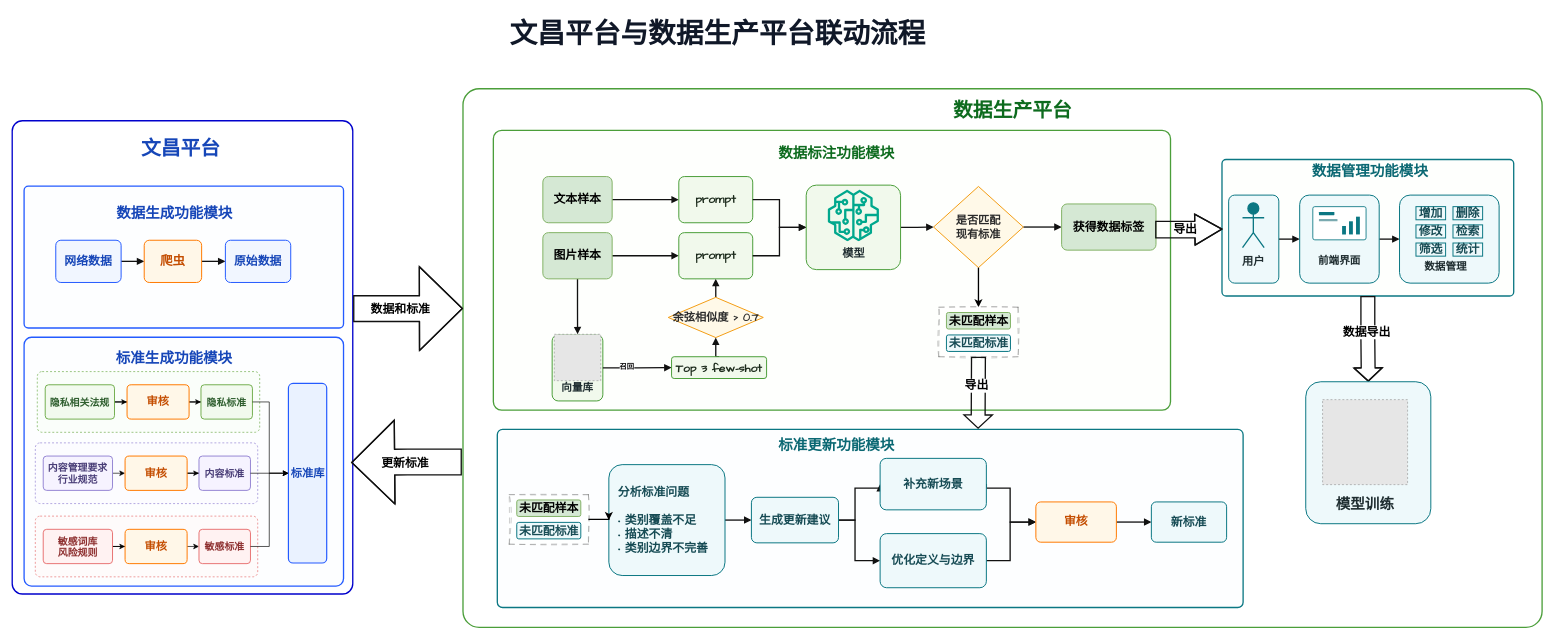
Before: 文昌平台与数据生产平台联动流程.drawio in linslime/DrawIO, a draw.io diagram. Source tidied: cells renumbered, new cells numbered last; positions are measured from the earlier drawing's top-left corner, leaving out a move shared by most shapes. Both pictures are drawn from the tidied source at 66%, with x=0, y=0 at pixel (12, 11). Pictures stored in the file or linked from it are replaced by grey dashed boxes.
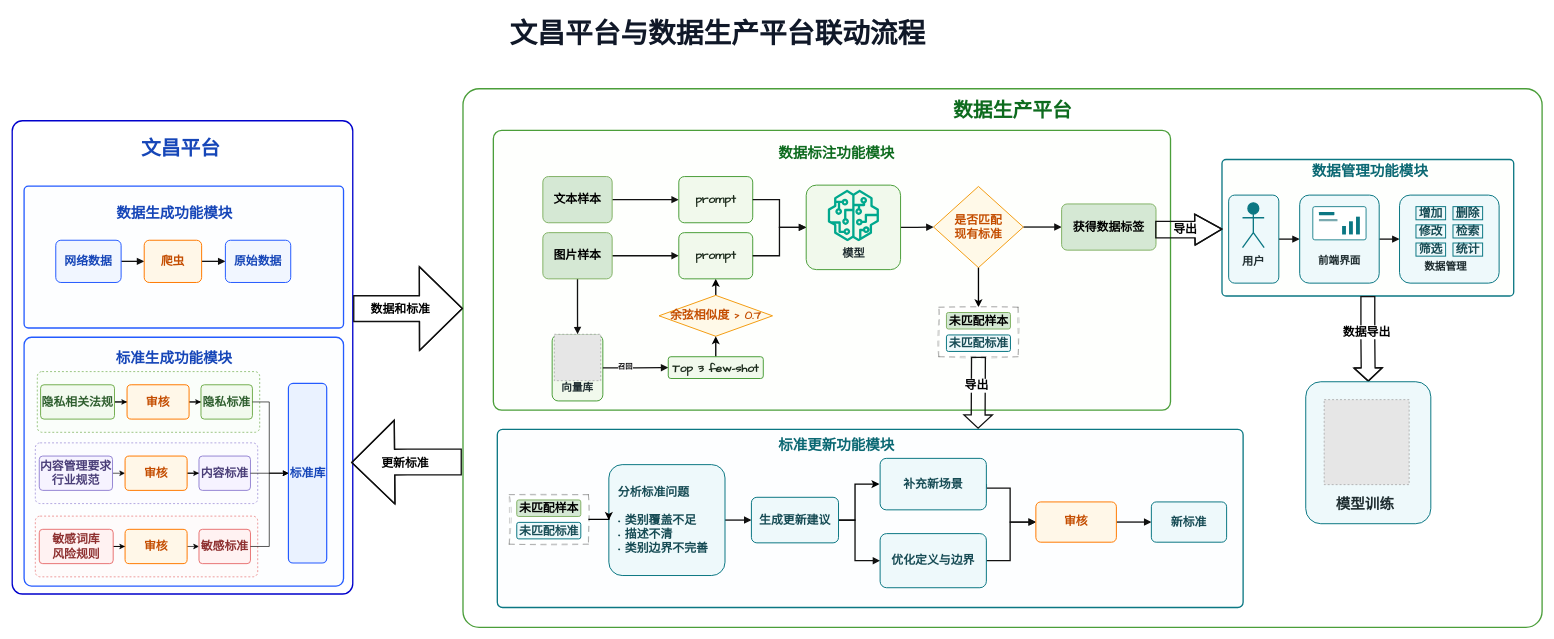
Above is the later version.

Commit message (it also covers changes not shown here):
更新文昌平台与数据生产平台联动流程.drawio

The change refers to these unchanged cells:
```xml
<mxCell id="7" style="group;" parent="1" vertex="1">
  <mxGeometry x="735" y="633" width="1130" height="270" as="geometry" />
</mxCell>
<mxCell id="17" value="生成更新建议" style="rounded=1;arcSize=12;whiteSpace=wrap;html=1;align=center;verticalAlign=middle;strokeWidth=1.5;shadow=0;fontFamily=Comic Sans MS;fontSize=18;fontColor=#164B54;strokeColor=#0B7783;fillColor=#EEF9FB;fontStyle=1;" parent="7" vertex="1">
  <mxGeometry x="385" y="103" width="132" height="69" as="geometry" />
</mxCell>
<mxCell id="18" value="补充新场景" style="rounded=1;arcSize=12;whiteSpace=wrap;html=1;align=center;verticalAlign=middle;strokeWidth=1.5;shadow=0;fontFamily=Comic Sans MS;fontSize=18;fontColor=#164B54;strokeColor=#0B7783;fillColor=#EEF9FB;fontStyle=1;" parent="7" vertex="1">
  <mxGeometry x="580" y="44" width="161" height="78" as="geometry" />
</mxCell>
<mxCell id="22" style="group;" parent="1" vertex="1">
  <mxGeometry x="729" y="180" width="1026" height="424" as="geometry" />
</mxCell>
<mxCell id="36" value="prompt" style="rounded=1;arcSize=12;whiteSpace=wrap;html=1;align=center;verticalAlign=middle;strokeWidth=1.5;shadow=0;fontFamily=Comic Sans MS;fontSize=18;fontColor=#1B2A1B;strokeColor=#4B9E3A;fillColor=#F1F9EC;fontStyle=1;" parent="22" vertex="1">
  <mxGeometry x="281" y="155" width="112" height="70" as="geometry" />
</mxCell>
<mxCell id="76" style="shape=flexArrow;endArrow=classic;html=1;rounded=0;strokeColor=#111111;strokeWidth=2;align=center;verticalAlign=middle;fontFamily=Comic Sans MS;fontSize=11;fontColor=default;fontStyle=1;labelBackgroundColor=default;edgeStyle=orthogonalEdgeStyle;exitX=0.991;exitY=0.557;exitDx=0;exitDy=0;entryX=0.002;entryY=0.51;entryDx=0;entryDy=0;entryPerimeter=0;exitPerimeter=0;width=24;endSize=13;" parent="1" edge="1" source="44" target="51">
  <mxGeometry relative="1" as="geometry" />
</mxCell>
<mxCell id="78" style="group;" parent="1" vertex="1">
  <mxGeometry y="166.5" width="516" height="717" as="geometry" />
</mxCell>
<mxCell id="90" style="group;fontStyle=1;" parent="78" vertex="1">
  <mxGeometry x="35" y="379" width="441.5" height="311" as="geometry" />
</mxCell>
<mxCell id="133" style="group;" parent="1" vertex="1">
  <mxGeometry x="1955" y="560.9" width="194.4" height="215.1" as="geometry" />
</mxCell>
```

Diff of the diagram source:
```diff
@@
-    <mxCell id="11" style="edgeStyle=orthogonalEdgeStyle;rounded=0;jettySize=auto;html=1;endArrow=block;endFill=1;strokeColor=#111111;strokeWidth=2;exitX=1;exitY=0.5;entryX=0;entryY=0.5;fontFamily=Comic Sans MS;fontStyle=1;" parent="7" edge="1" source="17" target="18">
-      <mxGeometry relative="1" as="geometry">
-        <Array as="points">
-          <mxPoint x="542" y="137" />
-          <mxPoint x="542" y="89" />
-        </Array>
-      </mxGeometry>
-    </mxCell>
@@
+    <mxCell id="137" style="edgeStyle=orthogonalEdgeStyle;shape=connector;rounded=0;orthogonalLoop=1;jettySize=auto;html=1;exitX=1;exitY=0.5;exitDx=0;exitDy=0;entryX=0;entryY=0.5;entryDx=0;entryDy=0;strokeColor=default;strokeWidth=2;align=center;verticalAlign=middle;fontFamily=Helvetica;fontSize=11;fontColor=default;labelBackgroundColor=default;endArrow=classic;endFill=1;" parent="7" edge="1">
+      <mxGeometry relative="1" as="geometry">
+        <mxPoint x="516" y="137.5" as="sourcePoint" />
+        <mxPoint x="579" y="83" as="targetPoint" />
+        <Array as="points">
+          <mxPoint x="542" y="137.5" />
+          <mxPoint x="542" y="83" />
+        </Array>
+      </mxGeometry>
+    </mxCell>
@@
-    <mxCell id="34" style="edgeStyle=orthogonalEdgeStyle;shape=connector;rounded=0;jettySize=auto;html=1;exitX=0.5;exitY=0;exitDx=0;exitDy=0;entryX=0.5;entryY=1;entryDx=0;entryDy=0;strokeColor=#111111;strokeWidth=2;align=center;verticalAlign=middle;fontFamily=Comic Sans MS;fontSize=11;fontColor=default;fontStyle=1;labelBackgroundColor=default;endArrow=block;endFill=1;" parent="22" edge="1" source="35" target="36">
+    <mxCell id="34" style="edgeStyle=orthogonalEdgeStyle;shape=connector;rounded=0;jettySize=auto;html=1;exitX=0.5;exitY=0;exitDx=0;exitDy=0;entryX=0.5;entryY=1;entryDx=0;entryDy=0;strokeColor=default;strokeWidth=2;align=center;verticalAlign=middle;fontFamily=Helvetica;fontSize=11;fontColor=default;labelBackgroundColor=default;endArrow=classic;endFill=1;" parent="22" edge="1" source="35" target="36">
       <mxGeometry relative="1" as="geometry" />
     </mxCell>
-    <mxCell id="35" value="余弦相似度 &amp;gt; 0.7" style="rhombus;whiteSpace=wrap;html=1;align=center;verticalAlign=middle;strokeWidth=1.5;fontFamily=Comic Sans MS;fontSize=17;fontColor=#2B2B2B;strokeColor=#F39C12;fillColor=#FFF9E8;fontStyle=1;" parent="22" vertex="1">
-      <mxGeometry x="265" y="253" width="144" height="61" as="geometry" />
+    <mxCell id="35" value="余弦相似度 &amp;gt; 0.7" style="rhombus;whiteSpace=wrap;html=1;align=center;verticalAlign=middle;strokeWidth=1.5;fontFamily=Comic Sans MS;fontSize=18;fontColor=#C44D00;strokeColor=#F39C12;fillColor=#FFF9E8;fontStyle=1;" parent="22" vertex="1">
+      <mxGeometry x="251" y="250" width="172" height="62" as="geometry" />
     </mxCell>
@@
-    <mxCell id="37" style="shape=connector;rounded=0;jettySize=auto;html=1;exitX=0.5;exitY=0;exitDx=0;exitDy=0;entryX=0.5;entryY=1;entryDx=0;entryDy=0;strokeColor=#111111;strokeWidth=2;align=center;verticalAlign=middle;fontFamily=Comic Sans MS;fontSize=11;fontColor=default;fontStyle=1;labelBackgroundColor=default;endArrow=block;endFill=1;edgeStyle=orthogonalEdgeStyle;" parent="22" edge="1" source="38" target="35">
+    <mxCell id="37" style="edgeStyle=orthogonalEdgeStyle;shape=connector;rounded=0;jettySize=auto;html=1;exitX=0.5;exitY=0;exitDx=0;exitDy=0;entryX=0.5;entryY=1;entryDx=0;entryDy=0;strokeColor=default;strokeWidth=2;align=center;verticalAlign=middle;fontFamily=Helvetica;fontSize=11;fontColor=default;labelBackgroundColor=default;endArrow=classic;endFill=1;" parent="22" edge="1" source="38" target="35">
       <mxGeometry relative="1" as="geometry" />
     </mxCell>
     <mxCell id="38" value="Top 3 few-shot" style="rounded=1;arcSize=12;whiteSpace=wrap;html=1;align=center;verticalAlign=middle;strokeWidth=1.5;shadow=0;fontFamily=Comic Sans MS;fontSize=18;fontColor=#1B2A1B;strokeColor=#4B9E3A;fillColor=#F1F9EC;fontStyle=1;" parent="22" vertex="1">
-      <mxGeometry x="270" y="343" width="144" height="33" as="geometry" />
+      <mxGeometry x="265" y="343" width="144" height="33" as="geometry" />
     </mxCell>
@@
-    <mxCell id="43" value="是否匹配&lt;div&gt;现有标准&lt;/div&gt;" style="rhombus;whiteSpace=wrap;html=1;align=center;verticalAlign=middle;strokeWidth=1.5;fontFamily=Comic Sans MS;fontSize=17;fontColor=#2B2B2B;strokeColor=#F39C12;fillColor=#FFF9E8;fontStyle=1;" parent="22" vertex="1">
+    <mxCell id="43" value="是否匹配&lt;div&gt;现有标准&lt;/div&gt;" style="rhombus;whiteSpace=wrap;html=1;align=center;verticalAlign=middle;strokeWidth=1.5;fontFamily=Comic Sans MS;fontSize=18;fontColor=#C44D00;strokeColor=#F39C12;fillColor=#FFF9E8;fontStyle=1;" parent="22" vertex="1">
       <mxGeometry x="667" y="85" width="136" height="123" as="geometry" />
     </mxCell>
@@
-    <mxCell id="77" value="导出" style="edgeLabel;html=1;align=center;verticalAlign=middle;fontFamily=Comic Sans MS;fontSize=18;fontColor=default;fontStyle=1;labelBackgroundColor=none;" parent="76" vertex="1">
+    <mxCell id="77" value="导出" style="edgeLabel;html=1;align=center;verticalAlign=middle;fontFamily=Comic Sans MS;fontSize=18;fontColor=default;fontStyle=1;labelBackgroundColor=default;" parent="76" vertex="1">
       <mxGeometry x="0.42" y="-3" relative="1" as="geometry">
         <mxPoint x="-27" y="-3" as="offset" />
       </mxGeometry>
     </mxCell>
@@
-    <mxCell id="88" value="爬虫" style="rounded=1;arcSize=12;whiteSpace=wrap;html=1;align=center;verticalAlign=middle;strokeWidth=1.5;shadow=0;fontFamily=Comic Sans MS;fontSize=19;fontColor=#C44D00;strokeColor=#FF7A00;fillColor=#FFF7E8;fontStyle=1;" parent="78" vertex="1">
+    <mxCell id="88" value="&lt;font style=&quot;font-size: 18px;&quot;&gt;爬虫&lt;/font&gt;" style="rounded=1;arcSize=12;whiteSpace=wrap;html=1;align=center;verticalAlign=middle;strokeWidth=1.5;shadow=0;fontFamily=Comic Sans MS;fontSize=19;fontColor=#C44D00;strokeColor=#FF7A00;fillColor=#FFF7E8;fontStyle=1;" parent="78" vertex="1">
       <mxGeometry x="200" y="180" width="87" height="64" as="geometry" />
     </mxCell>
@@
-    <mxCell id="92" style="edgeStyle=orthogonalEdgeStyle;rounded=0;jettySize=auto;html=1;exitX=1;exitY=0.5;exitDx=0;exitDy=0;fontStyle=1;" parent="90" edge="1" source="93" target="95">
+    <mxCell id="92" style="edgeStyle=orthogonalEdgeStyle;rounded=0;jettySize=auto;html=1;exitX=1;exitY=0.5;exitDx=0;exitDy=0;fontStyle=1;fontSize=18;" parent="90" edge="1" source="93" target="95">
       <mxGeometry relative="1" as="geometry" />
     </mxCell>
-    <mxCell id="93" value="隐私相关法规" style="rounded=1;arcSize=10;whiteSpace=wrap;html=1;align=center;verticalAlign=middle;strokeWidth=1.4;fontFamily=Microsoft YaHei;fontSize=15;fontColor=#2E5E2E;strokeColor=#6BAA45;fillColor=#F2FAEE;fontStyle=1;" parent="90" vertex="1">
-      <mxGeometry x="15" y="20" width="105" height="52" as="geometry" />
+    <mxCell id="93" value="隐私相关法规" style="rounded=1;arcSize=10;whiteSpace=wrap;html=1;align=center;verticalAlign=middle;strokeWidth=1.4;fontFamily=Microsoft YaHei;fontSize=18;fontColor=#2E5E2E;strokeColor=#6BAA45;fillColor=#F2FAEE;fontStyle=1;" parent="90" vertex="1">
+      <mxGeometry x="8" y="20" width="112" height="52" as="geometry" />
     </mxCell>
-    <mxCell id="94" style="edgeStyle=orthogonalEdgeStyle;rounded=0;jettySize=auto;html=1;exitX=1;exitY=0.5;exitDx=0;exitDy=0;fontStyle=1;" parent="90" edge="1" source="95" target="96">
+    <mxCell id="94" style="edgeStyle=orthogonalEdgeStyle;rounded=0;jettySize=auto;html=1;exitX=1;exitY=0.5;exitDx=0;exitDy=0;fontStyle=1;fontSize=18;" parent="90" edge="1" source="95" target="96">
       <mxGeometry relative="1" as="geometry" />
     </mxCell>
-    <mxCell id="95" value="审核" style="rounded=1;arcSize=12;whiteSpace=wrap;html=1;align=center;verticalAlign=middle;strokeWidth=1.5;fontFamily=Microsoft YaHei;fontSize=17;fontStyle=1;fontColor=#C44D00;strokeColor=#FF7A00;fillColor=#FFF7E8;" parent="90" vertex="1">
+    <mxCell id="95" value="&lt;font&gt;审核&lt;/font&gt;" style="rounded=1;arcSize=12;whiteSpace=wrap;html=1;align=center;verticalAlign=middle;strokeWidth=1.5;fontFamily=Microsoft YaHei;fontSize=18;fontStyle=1;fontColor=#C44D00;strokeColor=#FF7A00;fillColor=#FFF7E8;" parent="90" vertex="1">
       <mxGeometry x="139" y="20" width="94" height="52" as="geometry" />
     </mxCell>
-    <mxCell id="96" value="隐私标准" style="rounded=1;arcSize=10;whiteSpace=wrap;html=1;align=center;verticalAlign=middle;strokeWidth=1.4;fontFamily=Microsoft YaHei;fontSize=15;fontColor=#2E5E2E;strokeColor=#6BAA45;fillColor=#F2FAEE;fontStyle=1;" parent="90" vertex="1">
+    <mxCell id="96" value="隐私标准" style="rounded=1;arcSize=10;whiteSpace=wrap;html=1;align=center;verticalAlign=middle;strokeWidth=1.4;fontFamily=Microsoft YaHei;fontSize=18;fontColor=#2E5E2E;strokeColor=#6BAA45;fillColor=#F2FAEE;fontStyle=1;" parent="90" vertex="1">
       <mxGeometry x="251" y="20" width="78" height="52" as="geometry" />
     </mxCell>
-    <mxCell id="97" style="rounded=1;arcSize=8;whiteSpace=wrap;html=1;strokeWidth=1;dashed=1;strokeColor=#8F7ED1;fillColor=#FAF8FF;fillOpacity=45;fontStyle=1;" parent="90" vertex="1">
+    <mxCell id="97" style="rounded=1;arcSize=8;whiteSpace=wrap;html=1;strokeWidth=1;dashed=1;strokeColor=#8F7ED1;fillColor=#FAF8FF;fillOpacity=45;fontStyle=1;fontSize=18;" parent="90" vertex="1">
       <mxGeometry y="108" width="337" height="92" as="geometry" />
     </mxCell>
-    <mxCell id="98" style="edgeStyle=orthogonalEdgeStyle;rounded=0;jettySize=auto;html=1;exitX=1;exitY=0.5;exitDx=0;exitDy=0;entryX=0;entryY=0.5;entryDx=0;entryDy=0;fontStyle=1;" parent="90" edge="1" source="99" target="101">
+    <mxCell id="98" style="edgeStyle=orthogonalEdgeStyle;rounded=0;jettySize=auto;html=1;exitX=1;exitY=0.5;exitDx=0;exitDy=0;entryX=0;entryY=0.5;entryDx=0;entryDy=0;fontStyle=1;fontSize=18;" parent="90" edge="1" source="99" target="101">
       <mxGeometry relative="1" as="geometry" />
     </mxCell>
-    <mxCell id="99" value="内容管理要求&lt;br&gt;行业规范" style="rounded=1;arcSize=10;whiteSpace=wrap;html=1;align=center;verticalAlign=middle;strokeWidth=1.4;fontFamily=Microsoft YaHei;fontSize=15;fontColor=#4A3E78;strokeColor=#8F7ED1;fillColor=#F6F3FF;fontStyle=1;" parent="90" vertex="1">
-      <mxGeometry x="12" y="128" width="105" height="52" as="geometry" />
+    <mxCell id="99" value="内容管理要求&lt;br&gt;行业规范" style="rounded=1;arcSize=10;whiteSpace=wrap;html=1;align=center;verticalAlign=middle;strokeWidth=1.4;fontFamily=Microsoft YaHei;fontSize=18;fontColor=#4A3E78;strokeColor=#8F7ED1;fillColor=#F6F3FF;fontStyle=1;" parent="90" vertex="1">
+      <mxGeometry x="6" y="128" width="111" height="52" as="geometry" />
     </mxCell>
-    <mxCell id="100" style="edgeStyle=orthogonalEdgeStyle;rounded=0;jettySize=auto;html=1;fontStyle=1;" parent="90" edge="1" source="101" target="102">
+    <mxCell id="100" style="edgeStyle=orthogonalEdgeStyle;rounded=0;jettySize=auto;html=1;fontStyle=1;fontSize=18;" parent="90" edge="1" source="101" target="102">
       <mxGeometry relative="1" as="geometry" />
     </mxCell>
-    <mxCell id="101" value="审核" style="rounded=1;arcSize=12;whiteSpace=wrap;html=1;align=center;verticalAlign=middle;strokeWidth=1.5;fontFamily=Microsoft YaHei;fontSize=17;fontStyle=1;fontColor=#C44D00;strokeColor=#FF7A00;fillColor=#FFF7E8;" parent="90" vertex="1">
+    <mxCell id="101" value="审核" style="rounded=1;arcSize=12;whiteSpace=wrap;html=1;align=center;verticalAlign=middle;strokeWidth=1.5;fontFamily=Microsoft YaHei;fontSize=18;fontStyle=1;fontColor=#C44D00;strokeColor=#FF7A00;fillColor=#FFF7E8;" parent="90" vertex="1">
       <mxGeometry x="136" y="128" width="94" height="52" as="geometry" />
     </mxCell>
-    <mxCell id="102" value="内容标准" style="rounded=1;arcSize=10;whiteSpace=wrap;html=1;align=center;verticalAlign=middle;strokeWidth=1.4;fontFamily=Microsoft YaHei;fontSize=15;fontColor=#4A3E78;strokeColor=#8F7ED1;fillColor=#F6F3FF;fontStyle=1;" parent="90" vertex="1">
+    <mxCell id="102" value="内容标准" style="rounded=1;arcSize=10;whiteSpace=wrap;html=1;align=center;verticalAlign=middle;strokeWidth=1.4;fontFamily=Microsoft YaHei;fontSize=18;fontColor=#4A3E78;strokeColor=#8F7ED1;fillColor=#F6F3FF;fontStyle=1;" parent="90" vertex="1">
       <mxGeometry x="248" y="128" width="78" height="52" as="geometry" />
     </mxCell>
-    <mxCell id="103" style="rounded=1;arcSize=8;whiteSpace=wrap;html=1;strokeWidth=1;dashed=1;strokeColor=#E66B6B;fillColor=#FFF7F7;fillOpacity=45;fontStyle=1;" parent="90" vertex="1">
+    <mxCell id="103" style="rounded=1;arcSize=8;whiteSpace=wrap;html=1;strokeWidth=1;dashed=1;strokeColor=#E66B6B;fillColor=#FFF7F7;fillOpacity=45;fontStyle=1;fontSize=18;" parent="90" vertex="1">
       <mxGeometry y="219" width="337" height="92" as="geometry" />
     </mxCell>
-    <mxCell id="104" style="edgeStyle=orthogonalEdgeStyle;rounded=0;jettySize=auto;html=1;exitX=1;exitY=0.5;exitDx=0;exitDy=0;fontStyle=1;" parent="90" edge="1" source="105" target="107">
+    <mxCell id="104" style="edgeStyle=orthogonalEdgeStyle;rounded=0;jettySize=auto;html=1;exitX=1;exitY=0.5;exitDx=0;exitDy=0;fontStyle=1;fontSize=18;" parent="90" edge="1" source="105" target="107">
       <mxGeometry relative="1" as="geometry" />
     </mxCell>
-    <mxCell id="105" value="敏感词库&lt;br&gt;风险规则" style="rounded=1;arcSize=10;whiteSpace=wrap;html=1;align=center;verticalAlign=middle;strokeWidth=1.4;fontFamily=Microsoft YaHei;fontSize=15;fontColor=#8E3030;strokeColor=#E66B6B;fillColor=#FFF2F2;fontStyle=1;" parent="90" vertex="1">
-      <mxGeometry x="12" y="239" width="105" height="52" as="geometry" />
+    <mxCell id="105" value="敏感词库&lt;br&gt;风险规则" style="rounded=1;arcSize=10;whiteSpace=wrap;html=1;align=center;verticalAlign=middle;strokeWidth=1.4;fontFamily=Microsoft YaHei;fontSize=18;fontColor=#8E3030;strokeColor=#E66B6B;fillColor=#FFF2F2;fontStyle=1;" parent="90" vertex="1">
+      <mxGeometry x="6" y="239" width="112" height="52" as="geometry" />
     </mxCell>
-    <mxCell id="106" style="edgeStyle=orthogonalEdgeStyle;rounded=0;jettySize=auto;html=1;exitX=1;exitY=0.5;exitDx=0;exitDy=0;entryX=0;entryY=0.5;entryDx=0;entryDy=0;fontStyle=1;" parent="90" edge="1" source="107" target="108">
+    <mxCell id="106" style="edgeStyle=orthogonalEdgeStyle;rounded=0;jettySize=auto;html=1;exitX=1;exitY=0.5;exitDx=0;exitDy=0;entryX=0;entryY=0.5;entryDx=0;entryDy=0;fontStyle=1;fontSize=18;" parent="90" edge="1" source="107" target="108">
       <mxGeometry relative="1" as="geometry" />
     </mxCell>
-    <mxCell id="107" value="审核" style="rounded=1;arcSize=12;whiteSpace=wrap;html=1;align=center;verticalAlign=middle;strokeWidth=1.5;fontFamily=Microsoft YaHei;fontSize=17;fontStyle=1;fontColor=#C44D00;strokeColor=#FF7A00;fillColor=#FFF7E8;" parent="90" vertex="1">
+    <mxCell id="107" value="审核" style="rounded=1;arcSize=12;whiteSpace=wrap;html=1;align=center;verticalAlign=middle;strokeWidth=1.5;fontFamily=Microsoft YaHei;fontSize=18;fontStyle=1;fontColor=#C44D00;strokeColor=#FF7A00;fillColor=#FFF7E8;" parent="90" vertex="1">
       <mxGeometry x="136" y="239" width="94" height="52" as="geometry" />
     </mxCell>
-    <mxCell id="108" value="敏感标准" style="rounded=1;arcSize=10;whiteSpace=wrap;html=1;align=center;verticalAlign=middle;strokeWidth=1.4;fontFamily=Microsoft YaHei;fontSize=15;fontColor=#8E3030;strokeColor=#E66B6B;fillColor=#FFF2F2;fontStyle=1;" parent="90" vertex="1">
+    <mxCell id="108" value="敏感标准" style="rounded=1;arcSize=10;whiteSpace=wrap;html=1;align=center;verticalAlign=middle;strokeWidth=1.4;fontFamily=Microsoft YaHei;fontSize=18;fontColor=#8E3030;strokeColor=#E66B6B;fillColor=#FFF2F2;fontStyle=1;" parent="90" vertex="1">
       <mxGeometry x="248" y="239" width="78" height="52" as="geometry" />
     </mxCell>
-    <mxCell id="109" value="标准库" style="rounded=1;arcSize=12;whiteSpace=wrap;html=1;align=center;verticalAlign=middle;strokeWidth=1.8;fontFamily=Microsoft YaHei;fontSize=17;fontStyle=1;fontColor=#1646B8;strokeColor=#245BFF;fillColor=#EAF2FF;" parent="90" vertex="1">
+    <mxCell id="109" value="标准库" style="rounded=1;arcSize=12;whiteSpace=wrap;html=1;align=center;verticalAlign=middle;strokeWidth=1.8;fontFamily=Microsoft YaHei;fontSize=18;fontStyle=1;fontColor=#1646B8;strokeColor=#245BFF;fillColor=#EAF2FF;" parent="90" vertex="1">
       <mxGeometry x="383.5" y="18" width="58" height="272" as="geometry" />
     </mxCell>
-    <mxCell id="110" style="edgeStyle=orthogonalEdgeStyle;rounded=0;jettySize=auto;html=1;exitX=1;exitY=0.5;exitDx=0;exitDy=0;entryX=0;entryY=0.5;entryDx=0;entryDy=0;fontStyle=1;" parent="90" edge="1" source="96" target="109">
+    <mxCell id="110" style="edgeStyle=orthogonalEdgeStyle;rounded=0;jettySize=auto;html=1;exitX=1;exitY=0.5;exitDx=0;exitDy=0;entryX=0;entryY=0.5;entryDx=0;entryDy=0;fontStyle=1;fontSize=18;" parent="90" edge="1" source="96" target="109">
       <mxGeometry relative="1" as="geometry">
         <Array as="points">
           <mxPoint x="354.5" y="46" />
           <mxPoint x="354.5" y="154" />
         </Array>
       </mxGeometry>
     </mxCell>
-    <mxCell id="111" style="edgeStyle=orthogonalEdgeStyle;rounded=0;jettySize=auto;html=1;exitX=1;exitY=0.5;exitDx=0;exitDy=0;entryX=0;entryY=0.5;entryDx=0;entryDy=0;fontStyle=1;" parent="90" edge="1" source="102" target="109">
+    <mxCell id="111" style="edgeStyle=orthogonalEdgeStyle;rounded=0;jettySize=auto;html=1;exitX=1;exitY=0.5;exitDx=0;exitDy=0;entryX=0;entryY=0.5;entryDx=0;entryDy=0;fontStyle=1;fontSize=18;" parent="90" edge="1" source="102" target="109">
       <mxGeometry relative="1" as="geometry" />
     </mxCell>
-    <mxCell id="112" style="edgeStyle=orthogonalEdgeStyle;rounded=0;orthogonalLoop=1;jettySize=auto;html=1;exitX=1;exitY=0.5;exitDx=0;exitDy=0;entryX=0;entryY=0.5;entryDx=0;entryDy=0;fontStyle=1;" parent="90" edge="1">
+    <mxCell id="112" style="edgeStyle=orthogonalEdgeStyle;rounded=0;orthogonalLoop=1;jettySize=auto;html=1;exitX=1;exitY=0.5;exitDx=0;exitDy=0;entryX=0;entryY=0.5;entryDx=0;entryDy=0;fontStyle=1;fontSize=18;" parent="90" edge="1">
       <mxGeometry relative="1" as="geometry">
         <mxPoint x="326" y="265" as="sourcePoint" />
         <mxPoint x="383.5" y="154" as="targetPoint" />
         <Array as="points">
           <mxPoint x="354.5" y="265" />
           <mxPoint x="354.5" y="154" />
         </Array>
       </mxGeometry>
     </mxCell>
@@
     <mxCell id="136" style="fillColor=#E6E6E6;strokeColor=#999999;dashed=1;verticalLabelPosition=bottom;verticalAlign=middle;align=center;fontFamily=Comic Sans MS;fontSize=12;fontColor=default;fontStyle=1;labelBackgroundColor=#dae8fc;" parent="133" vertex="1">
-      <mxGeometry x="30.4" y="27.1" width="128.8" height="128.8" as="geometry" />
+      <mxGeometry x="32.8" y="27.1" width="128.8" height="128.8" as="geometry" />
     </mxCell>
```
